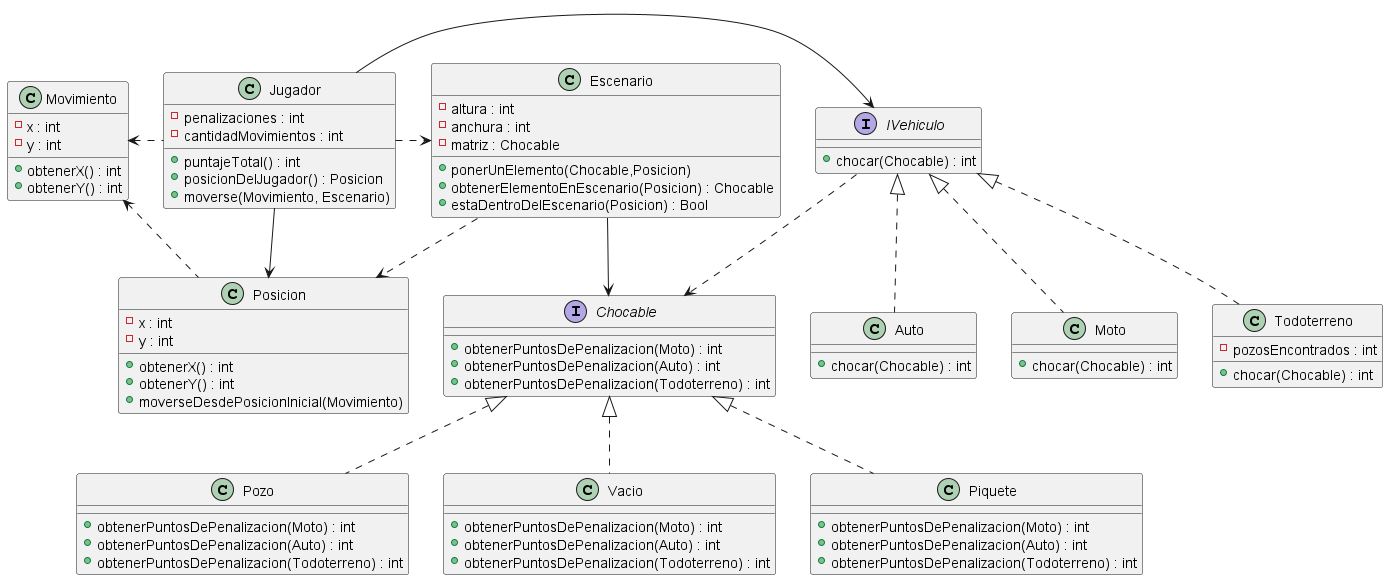
Above: diagrams/classes/diagrama_clase.png in NestorPala/T17-GPSChallenge (PlantUML), before the change. Its source is kept beside it as diagrams/classes/diagrama_clase.puml.
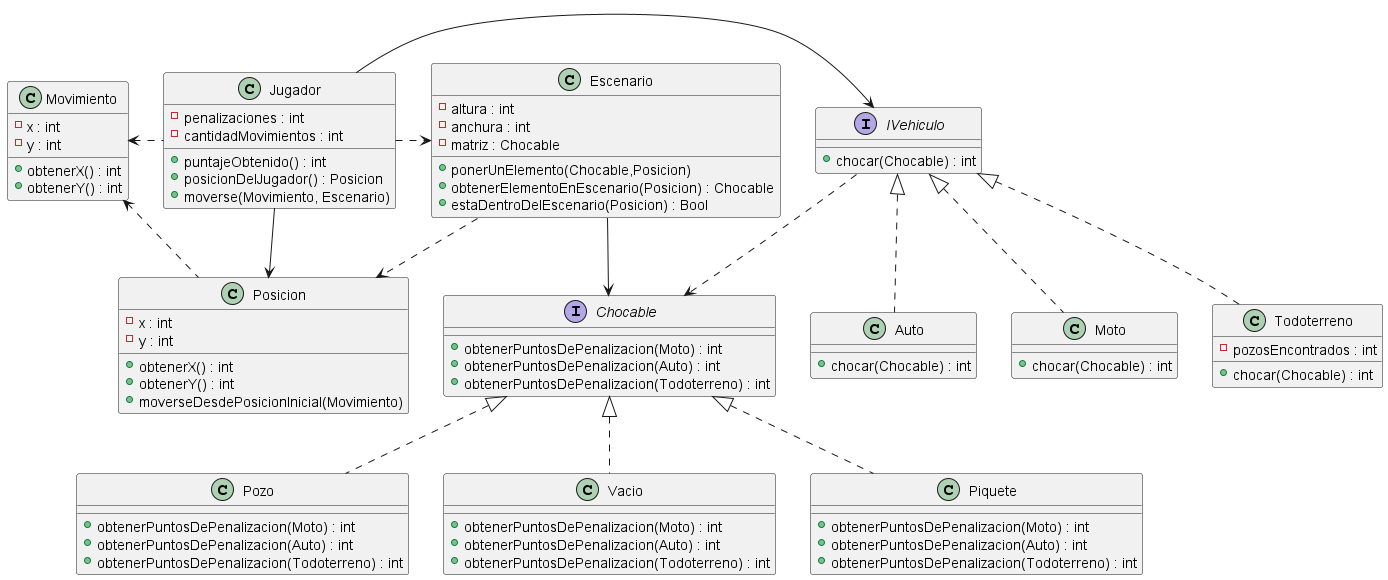
After the change.

Commit message:
Actualizo diagrama de clase y TODO.md

Change to the diagram source:
```diff
@@ -3,7 +3,7 @@
 class Jugador {
     - penalizaciones : int
     - cantidadMovimientos : int
-    + puntajeTotal() : int
+    + puntajeObtenido() : int
     + posicionDelJugador() : Posicion
     + moverse(Movimiento, Escenario)
 }
```
